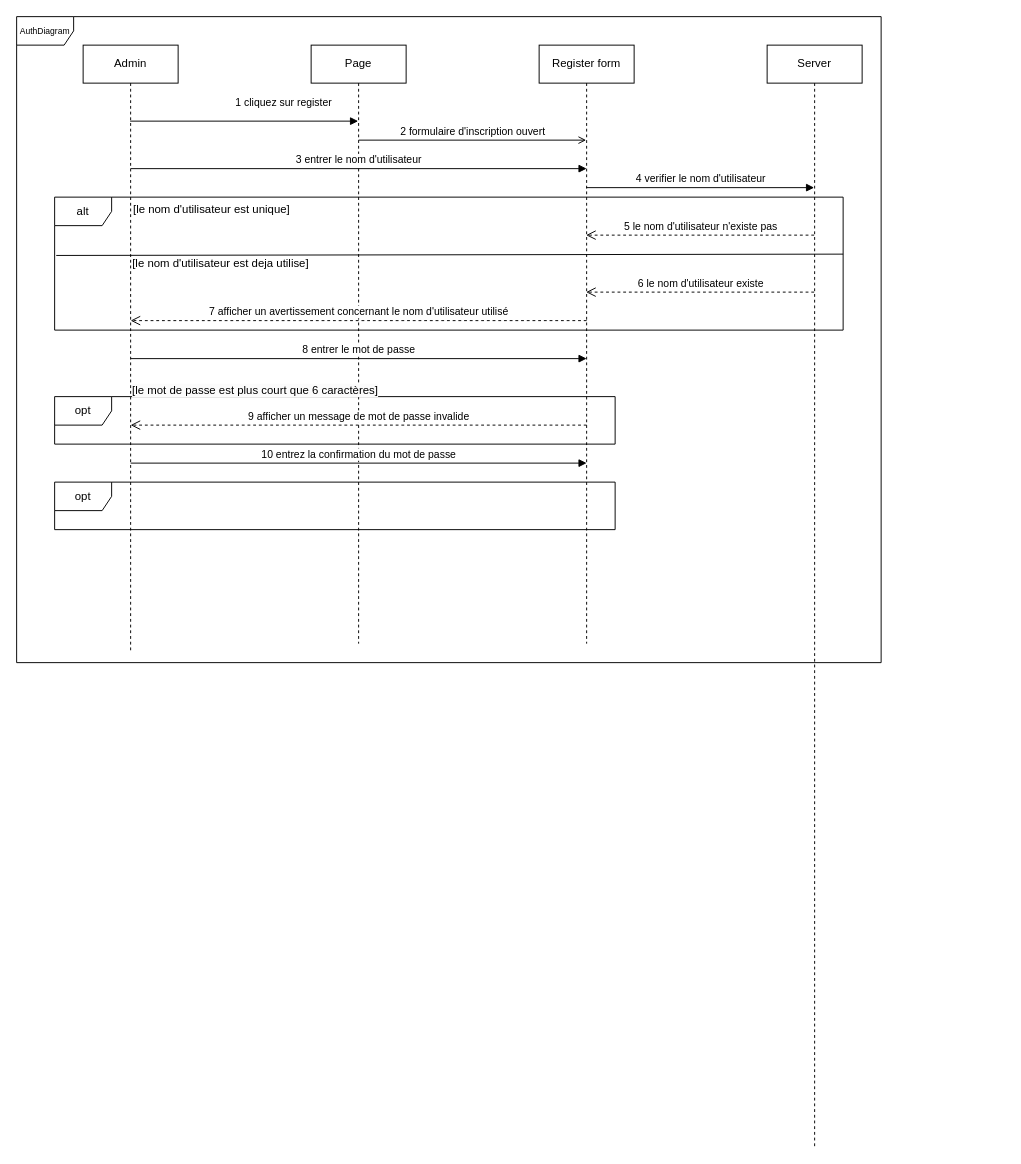
Above: DiagramSequenceAuthCnrst.drawio in hindCode/cnrst (draw.io), before the change. Source tidied: cells renumbered, new cells numbered last; positions are measured from the earlier drawing's top-left corner, leaving out a move shared by most shapes. Both pictures are drawn from the tidied source at 95%, with x=0, y=0 at pixel (16, 16).
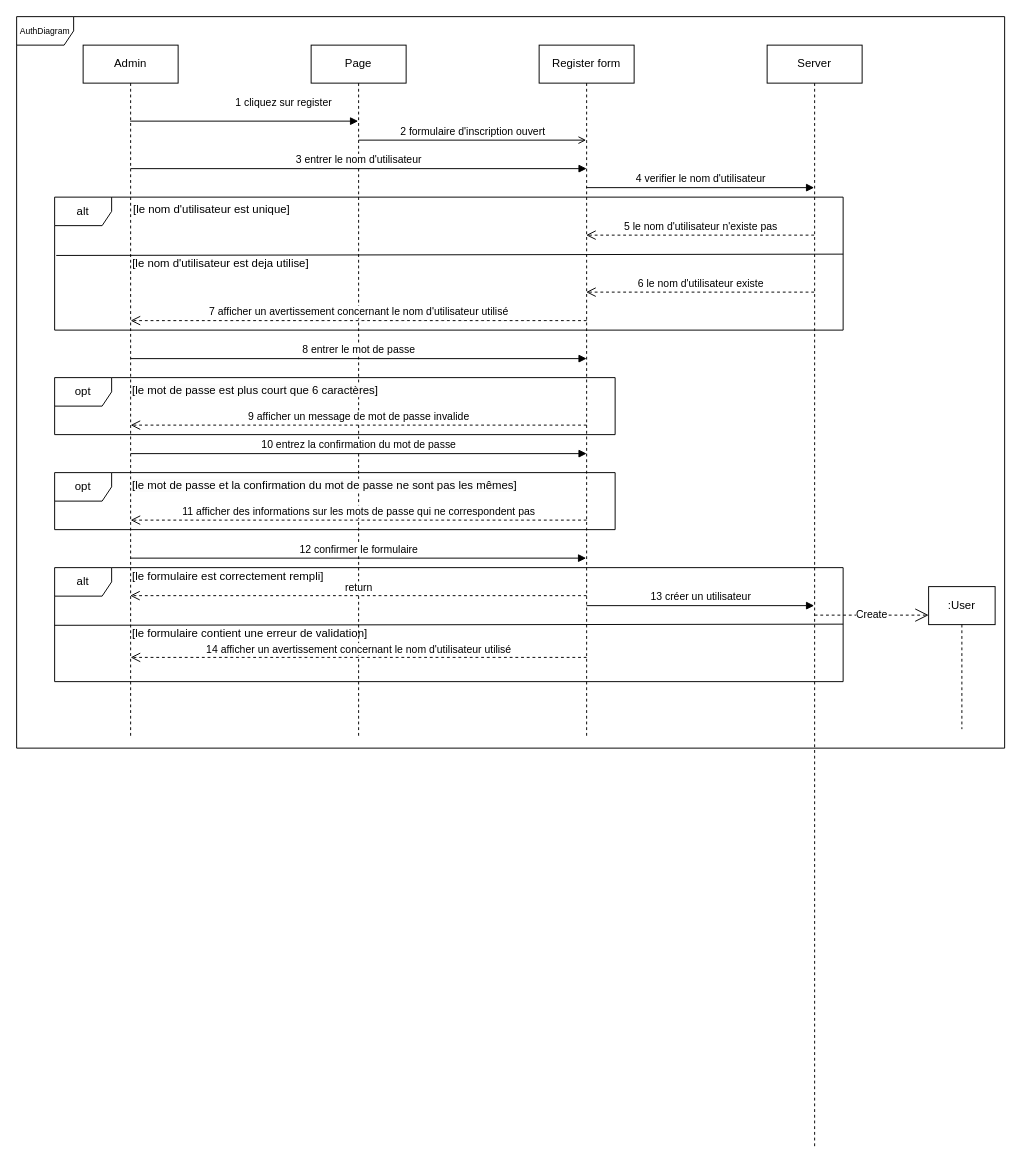
The same page after the edit.

Unchanged cells that the change refers to:
```xml
<mxCell id="7" value="Server" style="shape=umlLifeline;perimeter=lifelinePerimeter;whiteSpace=wrap;html=1;outlineConnect=0;portConstraint=eastwest;newEdgeStyle={&quot;edgeStyle&quot;:&quot;elbowEdgeStyle&quot;,&quot;elbow&quot;:&quot;vertical&quot;,&quot;curved&quot;:0,&quot;rounded&quot;:0};" parent="1" vertex="1">
  <mxGeometry x="790" y="30" width="100" height="1160" as="geometry" />
</mxCell>
```

The edit, as a diff of the source:
```diff
@@
     <mxCell id="2" value="Admin" style="shape=umlLifeline;perimeter=lifelinePerimeter;whiteSpace=wrap;html=1;outlineConnect=0;portConstraint=eastwest;newEdgeStyle={&quot;edgeStyle&quot;:&quot;elbowEdgeStyle&quot;,&quot;elbow&quot;:&quot;vertical&quot;,&quot;curved&quot;:0,&quot;rounded&quot;:0};" parent="1" vertex="1">
-      <mxGeometry x="70" y="30" width="100" height="640" as="geometry" />
+      <mxGeometry x="70" y="30" width="100" height="730" as="geometry" />
     </mxCell>
     <mxCell id="3" value="Page" style="shape=umlLifeline;perimeter=lifelinePerimeter;whiteSpace=wrap;html=1;newEdgeStyle={&quot;edgeStyle&quot;:&quot;elbowEdgeStyle&quot;,&quot;elbow&quot;:&quot;vertical&quot;,&quot;curved&quot;:0,&quot;rounded&quot;:0};" parent="1" vertex="1">
-      <mxGeometry x="310" y="30" width="100" height="630" as="geometry" />
+      <mxGeometry x="310" y="30" width="100" height="730" as="geometry" />
     </mxCell>
     <mxCell id="4" value="Register form" style="shape=umlLifeline;perimeter=lifelinePerimeter;whiteSpace=wrap;html=1;outlineConnect=0;portConstraint=eastwest;newEdgeStyle={&quot;edgeStyle&quot;:&quot;elbowEdgeStyle&quot;,&quot;elbow&quot;:&quot;vertical&quot;,&quot;curved&quot;:0,&quot;rounded&quot;:0};" parent="1" vertex="1">
-      <mxGeometry x="550" y="30" width="100" height="630" as="geometry" />
+      <mxGeometry x="550" y="30" width="100" height="730" as="geometry" />
     </mxCell>
     <mxCell id="5" value="&lt;font style=&quot;font-size: 9px;&quot;&gt;AuthDiagram&lt;/font&gt;" style="shape=umlFrame;whiteSpace=wrap;html=1;" parent="1" vertex="1">
-      <mxGeometry width="910" height="680" as="geometry" />
+      <mxGeometry width="1040" height="770" as="geometry" />
     </mxCell>
@@
     <mxCell id="19" value="opt" style="shape=umlFrame;whiteSpace=wrap;html=1;" parent="1" vertex="1">
-      <mxGeometry x="40" y="400" width="590" height="50" as="geometry" />
+      <mxGeometry x="40" y="380" width="590" height="60" as="geometry" />
     </mxCell>
@@
     <mxCell id="22" value="opt" style="shape=umlFrame;whiteSpace=wrap;html=1;" parent="1" vertex="1">
-      <mxGeometry x="40" y="490" width="590" height="50" as="geometry" />
+      <mxGeometry x="40" y="480" width="590" height="60" as="geometry" />
     </mxCell>
     <mxCell id="23" value="10&amp;nbsp;entrez la confirmation du mot de passe" style="html=1;verticalAlign=bottom;endArrow=block;curved=0;rounded=0;" parent="1" edge="1">
       <mxGeometry relative="1" as="geometry">
-        <mxPoint x="120" y="470" as="sourcePoint" />
-        <mxPoint x="600" y="470" as="targetPoint" />
+        <mxPoint x="120" y="460" as="sourcePoint" />
+        <mxPoint x="600" y="460" as="targetPoint" />
       </mxGeometry>
     </mxCell>
+    <mxCell id="24" value="&lt;span style=&quot;color: rgb(0, 0, 0); font-family: Helvetica; font-size: 12px; font-style: normal; font-variant-ligatures: normal; font-variant-caps: normal; font-weight: 400; letter-spacing: normal; orphans: 2; text-align: center; text-indent: 0px; text-transform: none; widows: 2; word-spacing: 0px; -webkit-text-stroke-width: 0px; white-space: nowrap; background-color: rgb(251, 251, 251); text-decoration-thickness: initial; text-decoration-style: initial; text-decoration-color: initial; display: inline !important; float: none;&quot;&gt;[le mot de passe et la confirmation du mot de passe ne sont pas les mêmes]&lt;/span&gt;" style="text;whiteSpace=wrap;html=1;" parent="1" vertex="1">
+      <mxGeometry x="120" y="480" width="410" height="10" as="geometry" />
+    </mxCell>
+    <mxCell id="25" value="11 afficher des informations sur les mots de passe qui ne correspondent pas" style="html=1;verticalAlign=bottom;endArrow=open;dashed=1;endSize=8;curved=0;rounded=0;" parent="1" edge="1">
+      <mxGeometry relative="1" as="geometry">
+        <mxPoint x="600" y="530" as="sourcePoint" />
+        <mxPoint x="120" y="530" as="targetPoint" />
+      </mxGeometry>
+    </mxCell>
+    <mxCell id="26" value="12 confirmer le formulaire" style="html=1;verticalAlign=bottom;endArrow=block;curved=0;rounded=0;" parent="1" edge="1">
+      <mxGeometry relative="1" as="geometry">
+        <mxPoint x="120" y="570" as="sourcePoint" />
+        <mxPoint x="599.5" y="570" as="targetPoint" />
+      </mxGeometry>
+    </mxCell>
+    <mxCell id="27" value="alt" style="shape=umlFrame;whiteSpace=wrap;html=1;" parent="1" vertex="1">
+      <mxGeometry x="40" y="580" width="830" height="120" as="geometry" />
+    </mxCell>
+    <mxCell id="28" value="[le formulaire est correctement rempli]" style="text;whiteSpace=wrap;" parent="1" vertex="1">
+      <mxGeometry x="120" y="575" width="220" height="10" as="geometry" />
+    </mxCell>
+    <mxCell id="29" value="13&amp;nbsp;créer un utilisateur" style="html=1;verticalAlign=bottom;endArrow=block;curved=0;rounded=0;" parent="1" edge="1" target="7">
+      <mxGeometry relative="1" as="geometry">
+        <mxPoint x="600" y="620" as="sourcePoint" />
+      </mxGeometry>
+    </mxCell>
+    <mxCell id="30" value="return" style="html=1;verticalAlign=bottom;endArrow=open;dashed=1;endSize=8;curved=0;rounded=0;" parent="1" edge="1" target="2">
+      <mxGeometry relative="1" as="geometry">
+        <mxPoint x="600" y="609.5" as="sourcePoint" />
+      </mxGeometry>
+    </mxCell>
+    <mxCell id="31" value=":User" style="shape=umlLifeline;perimeter=lifelinePerimeter;whiteSpace=wrap;html=1;newEdgeStyle={&quot;curved&quot;:0,&quot;rounded&quot;:0};" parent="1" vertex="1">
+      <mxGeometry x="960" y="600" width="70" height="150" as="geometry" />
+    </mxCell>
+    <mxCell id="32" value="Create" style="endArrow=open;endSize=12;dashed=1;html=1;rounded=0;" parent="1" edge="1">
+      <mxGeometry relative="1" as="geometry">
+        <mxPoint x="840" y="630" as="sourcePoint" />
+        <mxPoint x="960" y="630" as="targetPoint" />
+      </mxGeometry>
+    </mxCell>
+    <mxCell id="33" style="endArrow=none;html=1;rounded=0;exitX=0;exitY=0.506;exitDx=0;exitDy=0;exitPerimeter=0;" parent="1" edge="1" source="27">
+      <mxGeometry relative="1" as="geometry">
+        <mxPoint x="870" y="639.5" as="targetPoint" />
+      </mxGeometry>
+    </mxCell>
+    <mxCell id="34" value="[le formulaire contient une erreur de validation]" style="text;whiteSpace=wrap;" parent="1" vertex="1">
+      <mxGeometry x="120" y="635" width="250" height="10" as="geometry" />
+    </mxCell>
+    <mxCell id="35" value="14 afficher un avertissement concernant le nom d'utilisateur utilisé" style="html=1;verticalAlign=bottom;endArrow=open;dashed=1;endSize=8;curved=0;rounded=0;" parent="1" edge="1">
+      <mxGeometry relative="1" as="geometry">
+        <mxPoint x="600" y="674.5" as="sourcePoint" />
+        <mxPoint x="120" y="674.5" as="targetPoint" />
+      </mxGeometry>
+    </mxCell>
```
